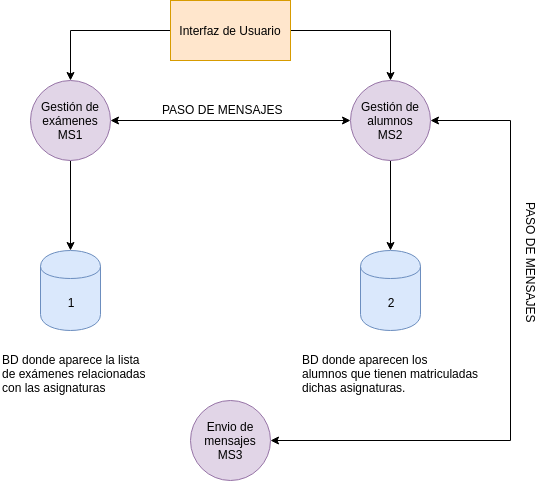
This is img/diagrama.png from natalia2911/Proyecto-CloudComputing, a draw.io export, as it was before one commit. Source tidied: cells renumbered, new cells last; positions are measured from the earlier drawing's top-left corner, leaving out a move shared by most shapes. Its diagram source:
```xml
<mxGraphModel>
  <root>
    <mxCell id="0" />
    <mxCell id="1" parent="0" />
    <mxCell id="2" style="edgeStyle=orthogonalEdgeStyle;rounded=0;jettySize=auto;html=1;exitX=0;exitY=0.5;exitDx=0;exitDy=0;startArrow=none;startFill=0;" parent="1" edge="1" source="4" target="7">
      <mxGeometry relative="1" as="geometry" />
    </mxCell>
    <mxCell id="3" style="edgeStyle=orthogonalEdgeStyle;rounded=0;jettySize=auto;html=1;exitX=1;exitY=0.5;exitDx=0;exitDy=0;startArrow=none;startFill=0;" parent="1" edge="1" source="4" target="10">
      <mxGeometry relative="1" as="geometry" />
    </mxCell>
    <mxCell id="4" value="Interfaz de Usuario" style="rounded=0;whiteSpace=wrap;html=1;fillColor=#ffe6cc;strokeColor=#d79b00;" parent="1" vertex="1">
      <mxGeometry x="170" width="120" height="60" as="geometry" />
    </mxCell>
    <mxCell id="5" style="edgeStyle=orthogonalEdgeStyle;rounded=0;jettySize=auto;html=1;startArrow=classic;startFill=1;" parent="1" edge="1" source="7" target="10">
      <mxGeometry relative="1" as="geometry" />
    </mxCell>
    <mxCell id="6" style="edgeStyle=orthogonalEdgeStyle;rounded=0;jettySize=auto;html=1;exitX=0.5;exitY=1;exitDx=0;exitDy=0;startArrow=none;startFill=0;" parent="1" edge="1" source="7" target="12">
      <mxGeometry relative="1" as="geometry" />
    </mxCell>
    <mxCell id="7" value="Gestión de exámenes&lt;br&gt;MS1" style="ellipse;whiteSpace=wrap;html=1;fillColor=#e1d5e7;strokeColor=#9673a6;" parent="1" vertex="1">
      <mxGeometry x="30" y="80" width="80" height="80" as="geometry" />
    </mxCell>
    <mxCell id="8" style="edgeStyle=orthogonalEdgeStyle;rounded=0;jettySize=auto;html=1;exitX=0.5;exitY=1;exitDx=0;exitDy=0;startArrow=none;startFill=0;" parent="1" edge="1" source="10" target="13">
      <mxGeometry relative="1" as="geometry" />
    </mxCell>
    <mxCell id="9" style="edgeStyle=orthogonalEdgeStyle;rounded=0;jettySize=auto;html=1;exitX=1;exitY=0.5;exitDx=0;exitDy=0;entryX=1;entryY=0.5;entryDx=0;entryDy=0;startArrow=classic;startFill=1;" parent="1" edge="1" source="10" target="16">
      <mxGeometry relative="1" as="geometry">
        <Array as="points">
          <mxPoint x="510" y="120" />
          <mxPoint x="510" y="440" />
        </Array>
      </mxGeometry>
    </mxCell>
    <mxCell id="10" value="Gestión de alumnos&lt;br&gt;MS2" style="ellipse;whiteSpace=wrap;html=1;fillColor=#e1d5e7;strokeColor=#9673a6;" parent="1" vertex="1">
      <mxGeometry x="350" y="80" width="80" height="80" as="geometry" />
    </mxCell>
    <mxCell id="11" value="PASO DE MENSAJES" style="text;html=1;align=left;verticalAlign=top;spacingTop=-4;" parent="1" vertex="1">
      <mxGeometry x="160" y="100" width="140" height="20" as="geometry" />
    </mxCell>
    <mxCell id="12" value="1" style="shape=cylinder;whiteSpace=wrap;html=1;boundedLbl=1;backgroundOutline=1;fillColor=#dae8fc;strokeColor=#6c8ebf;" parent="1" vertex="1">
      <mxGeometry x="40" y="250" width="60" height="80" as="geometry" />
    </mxCell>
    <mxCell id="13" value="2" style="shape=cylinder;whiteSpace=wrap;html=1;boundedLbl=1;backgroundOutline=1;fillColor=#dae8fc;strokeColor=#6c8ebf;" parent="1" vertex="1">
      <mxGeometry x="360" y="250" width="60" height="80" as="geometry" />
    </mxCell>
    <mxCell id="14" value="BD donde aparece la lista&lt;br&gt;de exámenes relacionadas&lt;br&gt;con las asignaturas" style="text;html=1;align=left;verticalAlign=top;spacingTop=-4;" parent="1" vertex="1">
      <mxGeometry y="350" width="160" height="40" as="geometry" />
    </mxCell>
    <mxCell id="15" value="BD donde aparecen los&amp;nbsp;&lt;br&gt;alumnos que tienen matriculadas&amp;nbsp;&lt;br&gt;dichas asignaturas." style="text;html=1;align=left;verticalAlign=top;spacingTop=-4;" parent="1" vertex="1">
      <mxGeometry x="300" y="350" width="190" height="40" as="geometry" />
    </mxCell>
    <mxCell id="16" value="Envio de mensajes&lt;br&gt;MS3" style="ellipse;whiteSpace=wrap;html=1;fillColor=#e1d5e7;strokeColor=#9673a6;" parent="1" vertex="1">
      <mxGeometry x="190" y="400" width="80" height="80" as="geometry" />
    </mxCell>
    <mxCell id="17" value="PASO DE MENSAJES" style="text;html=1;align=left;verticalAlign=top;spacingTop=-4;rotation=90;" parent="1" vertex="1">
      <mxGeometry x="460" y="260" width="140" height="20" as="geometry" />
    </mxCell>
  </root>
</mxGraphModel>
```
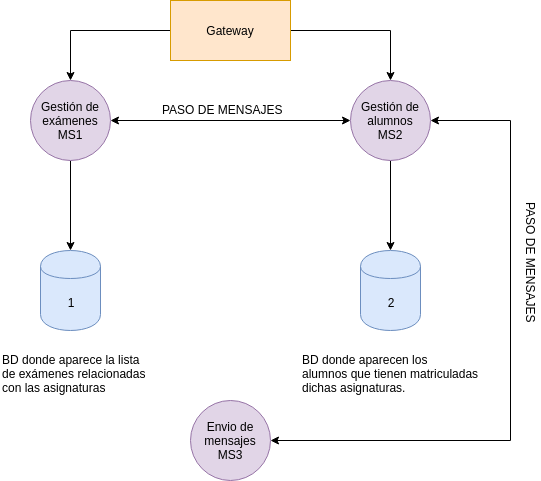
Above is the later version.

Commit message:
Actualizado diagrama close #12

What changed in the source:
```diff
@@ -8,7 +8,7 @@
     <mxCell id="3" style="edgeStyle=orthogonalEdgeStyle;rounded=0;jettySize=auto;html=1;exitX=1;exitY=0.5;exitDx=0;exitDy=0;startArrow=none;startFill=0;" parent="1" edge="1" source="4" target="10">
       <mxGeometry relative="1" as="geometry" />
     </mxCell>
-    <mxCell id="4" value="Interfaz de Usuario" style="rounded=0;whiteSpace=wrap;html=1;fillColor=#ffe6cc;strokeColor=#d79b00;" parent="1" vertex="1">
+    <mxCell id="4" value="Gateway" style="rounded=0;whiteSpace=wrap;html=1;fillColor=#ffe6cc;strokeColor=#d79b00;" parent="1" vertex="1">
       <mxGeometry x="170" width="120" height="60" as="geometry" />
     </mxCell>
     <mxCell id="5" style="edgeStyle=orthogonalEdgeStyle;rounded=0;jettySize=auto;html=1;startArrow=classic;startFill=1;" parent="1" edge="1" source="7" target="10">
```
